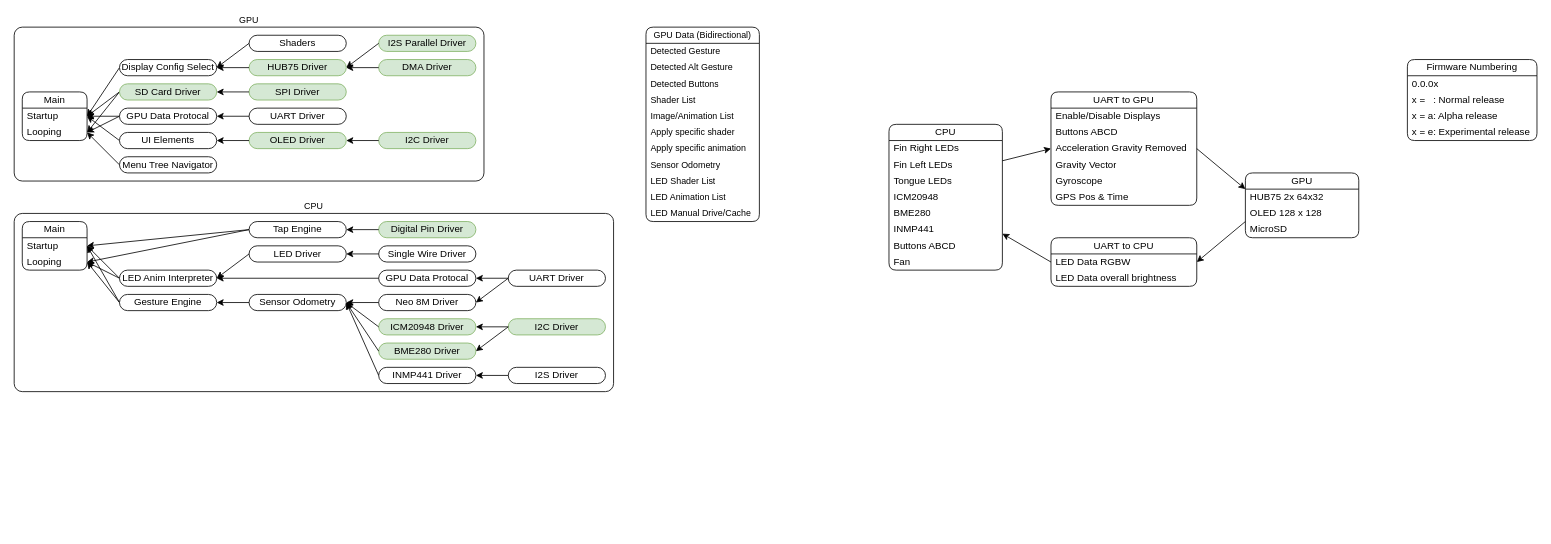
Before: page "Alpha Release Stack" (5 of 7) of Documents/Software Diagram (DX.3).drawio in Cyberspecies/Synth-Head, a draw.io diagram. Source tidied: cells renumbered, new cells numbered last; positions are measured from the earlier drawing's top-left corner, leaving out a move shared by most shapes. Both pictures are drawn from the tidied source at 81%, with x=0, y=0 at pixel (14, 27).
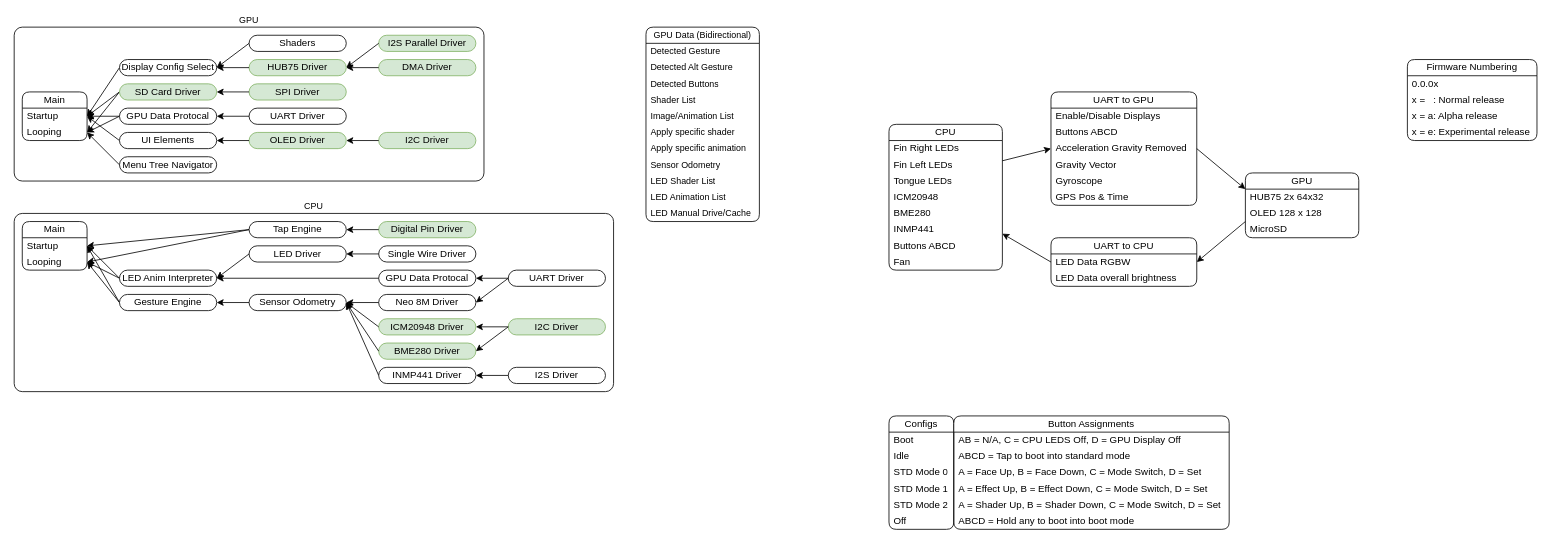
Above is the later version.

Commit message:
Added Button configurations

Diff of the diagram source:
```diff
@@
+    <mxCell id="117" value="Configs" style="swimlane;fontStyle=0;horizontal=1;startSize=20;whiteSpace=wrap;html=1;rounded=1;" parent="1" vertex="1">
+      <mxGeometry x="1080" y="480" width="80" height="140" as="geometry" />
+    </mxCell>
+    <mxCell id="118" value="Boot" style="text;strokeColor=none;fillColor=none;align=left;verticalAlign=middle;spacingLeft=4;spacingRight=4;overflow=hidden;whiteSpace=wrap;html=1;" parent="117" vertex="1">
+      <mxGeometry y="20" width="80" height="20" as="geometry" />
+    </mxCell>
+    <mxCell id="119" value="Idle" style="text;strokeColor=none;fillColor=none;align=left;verticalAlign=middle;spacingLeft=4;spacingRight=4;overflow=hidden;whiteSpace=wrap;html=1;" parent="117" vertex="1">
+      <mxGeometry y="40" width="80" height="20" as="geometry" />
+    </mxCell>
+    <mxCell id="120" value="STD Mode 0" style="text;strokeColor=none;fillColor=none;align=left;verticalAlign=middle;spacingLeft=4;spacingRight=4;overflow=hidden;whiteSpace=wrap;html=1;" parent="117" vertex="1">
+      <mxGeometry y="60" width="80" height="20" as="geometry" />
+    </mxCell>
+    <mxCell id="121" value="STD Mode 1" style="text;strokeColor=none;fillColor=none;align=left;verticalAlign=middle;spacingLeft=4;spacingRight=4;overflow=hidden;whiteSpace=wrap;html=1;" parent="117" vertex="1">
+      <mxGeometry y="80" width="80" height="20" as="geometry" />
+    </mxCell>
+    <mxCell id="122" value="STD Mode 2" style="text;strokeColor=none;fillColor=none;align=left;verticalAlign=middle;spacingLeft=4;spacingRight=4;overflow=hidden;whiteSpace=wrap;html=1;" parent="117" vertex="1">
+      <mxGeometry y="100" width="80" height="20" as="geometry" />
+    </mxCell>
+    <mxCell id="123" value="Off" style="text;strokeColor=none;fillColor=none;align=left;verticalAlign=middle;spacingLeft=4;spacingRight=4;overflow=hidden;whiteSpace=wrap;html=1;" parent="117" vertex="1">
+      <mxGeometry y="120" width="80" height="20" as="geometry" />
+    </mxCell>
+    <mxCell id="124" value="Button Assignments" style="swimlane;fontStyle=0;horizontal=1;startSize=20;whiteSpace=wrap;html=1;rounded=1;" parent="1" vertex="1">
+      <mxGeometry x="1160" y="480" width="340" height="140" as="geometry" />
+    </mxCell>
+    <mxCell id="125" value="AB = N/A, C = CPU LEDS Off, D = GPU Display Off" style="text;strokeColor=none;fillColor=none;align=left;verticalAlign=middle;spacingLeft=4;spacingRight=4;overflow=hidden;whiteSpace=wrap;html=1;" parent="124" vertex="1">
+      <mxGeometry y="20" width="340" height="20" as="geometry" />
+    </mxCell>
+    <mxCell id="126" value="ABCD = Tap to boot into standard mode" style="text;strokeColor=none;fillColor=none;align=left;verticalAlign=middle;spacingLeft=4;spacingRight=4;overflow=hidden;whiteSpace=wrap;html=1;" parent="124" vertex="1">
+      <mxGeometry y="40" width="340" height="20" as="geometry" />
+    </mxCell>
+    <mxCell id="127" value="A = Face Up, B = Face Down, C = Mode Switch, D = Set" style="text;strokeColor=none;fillColor=none;align=left;verticalAlign=middle;spacingLeft=4;spacingRight=4;overflow=hidden;whiteSpace=wrap;html=1;" parent="124" vertex="1">
+      <mxGeometry y="60" width="340" height="20" as="geometry" />
+    </mxCell>
+    <mxCell id="128" value="A = Effect Up, B = Effect Down, C = Mode Switch, D = Set" style="text;strokeColor=none;fillColor=none;align=left;verticalAlign=middle;spacingLeft=4;spacingRight=4;overflow=hidden;whiteSpace=wrap;html=1;" parent="124" vertex="1">
+      <mxGeometry y="80" width="340" height="20" as="geometry" />
+    </mxCell>
+    <mxCell id="129" value="A = Shader Up, B = Shader Down, C = Mode Switch, D = Set" style="text;strokeColor=none;fillColor=none;align=left;verticalAlign=middle;spacingLeft=4;spacingRight=4;overflow=hidden;whiteSpace=wrap;html=1;" parent="124" vertex="1">
+      <mxGeometry y="100" width="340" height="20" as="geometry" />
+    </mxCell>
+    <mxCell id="130" value="ABCD = Hold any to boot into boot mode" style="text;strokeColor=none;fillColor=none;align=left;verticalAlign=middle;spacingLeft=4;spacingRight=4;overflow=hidden;whiteSpace=wrap;html=1;" parent="124" vertex="1">
+      <mxGeometry y="120" width="340" height="20" as="geometry" />
+    </mxCell>
```
